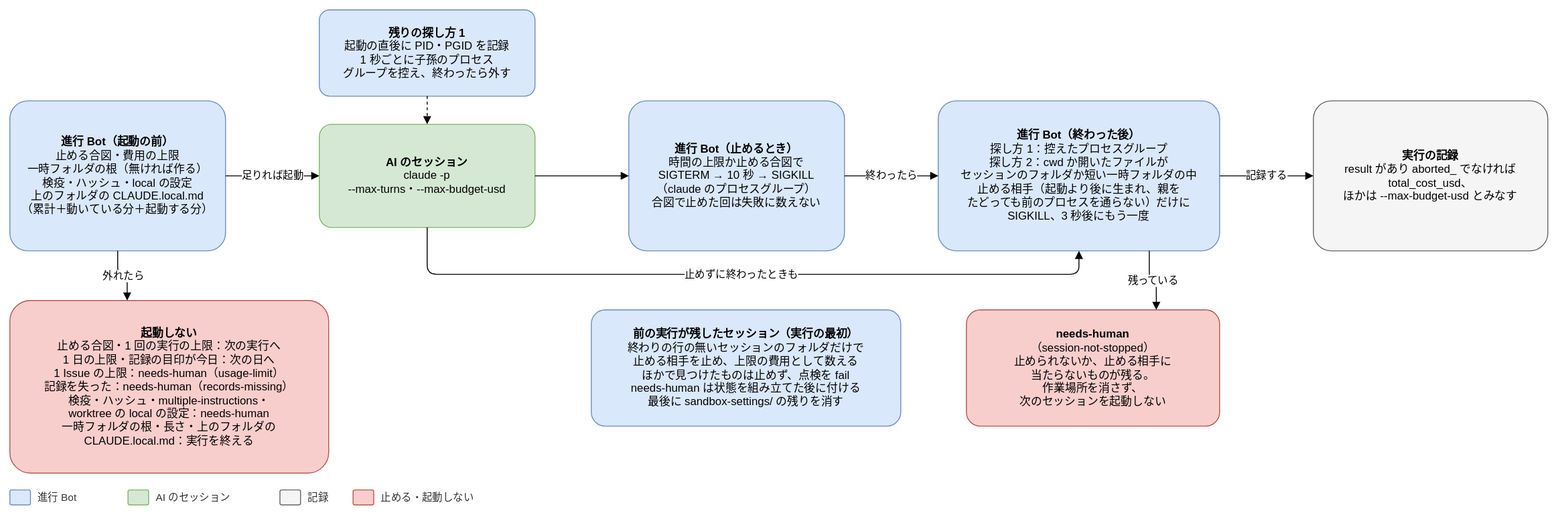
Joymerrevent/dev-autopilot keeps this draw.io diagram as docs/design/basic/diagrams/03-stop-and-usage.drawio.svg. Above is the earlier version. Source tidied: cells renumbered, new cells last; positions are measured from the earlier drawing's top-left corner, leaving out a move shared by most shapes.
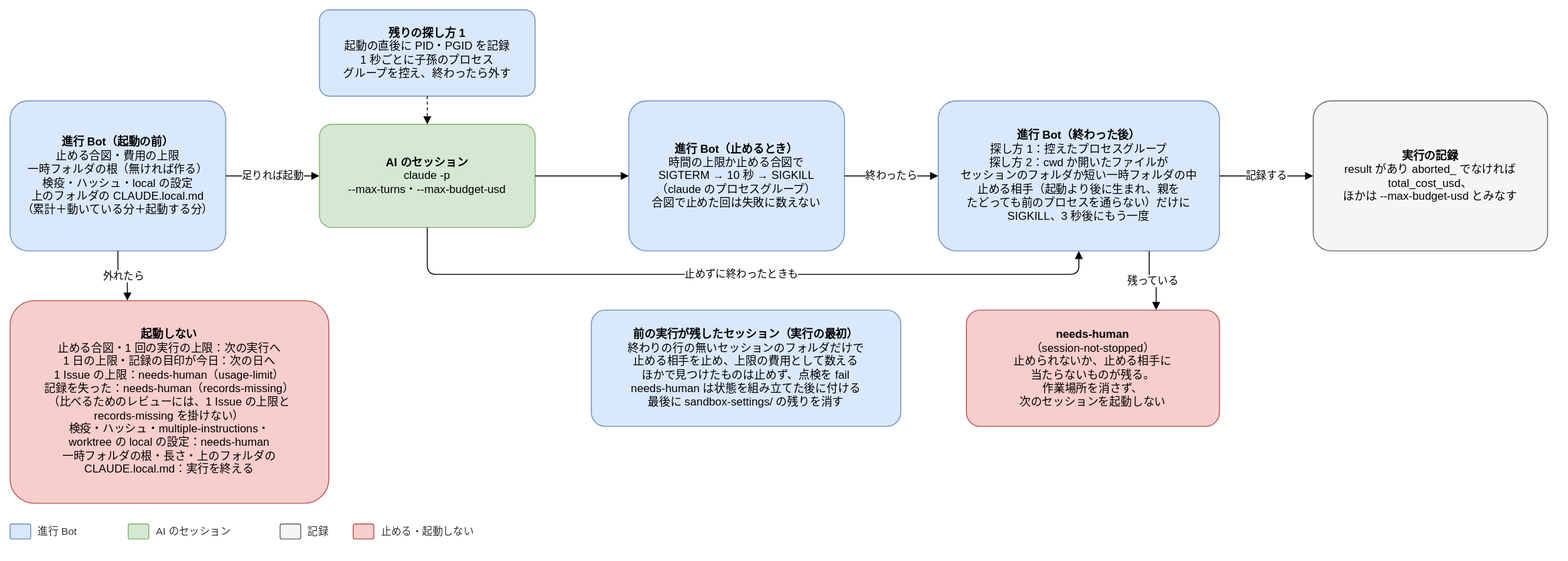
After the change.

Change to the diagram source:
```diff
@@ -49,35 +49,35 @@
     <mxCell id="15" value="残っている" style="edgeStyle=orthogonalEdgeStyle;rounded=1;html=1;endArrow=block;endFill=1;fontSize=11;labelBackgroundColor=#ffffff;exitX=0.75;exitY=1;exitDx=0;exitDy=0;entryX=0.75;entryY=0;entryDx=0;entryDy=0;" parent="1" edge="1" source="9" target="14">
       <mxGeometry relative="1" as="geometry" />
     </mxCell>
-    <mxCell id="16" value="&lt;b&gt;起動しない&lt;/b&gt;&lt;br&gt;止める合図・1 回の実行の上限：次の実行へ&lt;br&gt;1 日の上限・記録の目印が今日：次の日へ&lt;br&gt;1 Issue の上限：needs-human（usage-limit）&lt;br&gt;記録を失った：needs-human（records-missing）&lt;br&gt;検疫・ハッシュ・multiple-instructions・&lt;br&gt;worktree の local の設定：needs-human&lt;br&gt;一時フォルダの根・長さ・上のフォルダの&lt;br&gt;CLAUDE.local.md：実行を終える" style="rounded=1;whiteSpace=wrap;html=1;fontSize=12;arcSize=12;spacing=12;fillColor=#f8cecc;strokeColor=#b85450;" parent="1" vertex="1">
-      <mxGeometry y="310" width="340" height="184" as="geometry" />
+    <mxCell id="16" value="&lt;b&gt;起動しない&lt;/b&gt;&lt;br&gt;止める合図・1 回の実行の上限：次の実行へ&lt;br&gt;1 日の上限・記録の目印が今日：次の日へ&lt;br&gt;1 Issue の上限：needs-human（usage-limit）&lt;br&gt;記録を失った：needs-human（records-missing）&lt;br&gt;（比べるためのレビューには、1 Issue の上限と&lt;br&gt;records-missing を掛けない）&lt;br&gt;検疫・ハッシュ・multiple-instructions・&lt;br&gt;worktree の local の設定：needs-human&lt;br&gt;一時フォルダの根・長さ・上のフォルダの&lt;br&gt;CLAUDE.local.md：実行を終える" style="rounded=1;whiteSpace=wrap;html=1;fontSize=12;arcSize=12;spacing=12;fillColor=#f8cecc;strokeColor=#b85450;" parent="1" vertex="1">
+      <mxGeometry y="310" width="340" height="216" as="geometry" />
     </mxCell>
     <mxCell id="17" value="外れたら" style="edgeStyle=orthogonalEdgeStyle;rounded=1;html=1;endArrow=block;endFill=1;fontSize=11;labelBackgroundColor=#ffffff;exitX=0.5;exitY=1;exitDx=0;exitDy=0;entryX=0.368;entryY=0;entryDx=0;entryDy=0;" parent="1" edge="1" source="2" target="16">
       <mxGeometry relative="1" as="geometry" />
     </mxCell>
     <mxCell id="18" style="rounded=1;whiteSpace=wrap;html=1;fontSize=12;arcSize=12;spacing=12;fillColor=#dae8fc;strokeColor=#6c8ebf;" parent="1" vertex="1">
-      <mxGeometry y="512" width="22" height="16" as="geometry" />
+      <mxGeometry y="548" width="22" height="16" as="geometry" />
     </mxCell>
     <mxCell id="19" value="進行 Bot" style="text;html=1;align=left;verticalAlign=middle;fontSize=11;fontColor=#333333;" parent="1" vertex="1">
-      <mxGeometry x="28" y="510" width="82" height="20" as="geometry" />
+      <mxGeometry x="28" y="546" width="82" height="20" as="geometry" />
     </mxCell>
     <mxCell id="20" style="rounded=1;whiteSpace=wrap;html=1;fontSize=12;arcSize=12;spacing=12;fillColor=#d5e8d4;strokeColor=#82b366;" parent="1" vertex="1">
-      <mxGeometry x="126" y="512" width="22" height="16" as="geometry" />
+      <mxGeometry x="126" y="548" width="22" height="16" as="geometry" />
     </mxCell>
     <mxCell id="21" value="AI のセッション" style="text;html=1;align=left;verticalAlign=middle;fontSize=11;fontColor=#333333;" parent="1" vertex="1">
-      <mxGeometry x="154" y="510" width="118" height="20" as="geometry" />
+      <mxGeometry x="154" y="546" width="118" height="20" as="geometry" />
     </mxCell>
     <mxCell id="22" style="rounded=1;whiteSpace=wrap;html=1;fontSize=12;arcSize=12;spacing=12;fillColor=#f5f5f5;strokeColor=#666666;" parent="1" vertex="1">
-      <mxGeometry x="288" y="512" width="22" height="16" as="geometry" />
+      <mxGeometry x="288" y="548" width="22" height="16" as="geometry" />
     </mxCell>
     <mxCell id="23" value="記録" style="text;html=1;align=left;verticalAlign=middle;fontSize=11;fontColor=#333333;" parent="1" vertex="1">
-      <mxGeometry x="316" y="510" width="34" height="20" as="geometry" />
+      <mxGeometry x="316" y="546" width="34" height="20" as="geometry" />
     </mxCell>
     <mxCell id="24" style="rounded=1;whiteSpace=wrap;html=1;fontSize=12;arcSize=12;spacing=12;fillColor=#f8cecc;strokeColor=#b85450;" parent="1" vertex="1">
-      <mxGeometry x="366" y="512" width="22" height="16" as="geometry" />
+      <mxGeometry x="366" y="548" width="22" height="16" as="geometry" />
     </mxCell>
     <mxCell id="25" value="止める・起動しない" style="text;html=1;align=left;verticalAlign=middle;fontSize=11;fontColor=#333333;" parent="1" vertex="1">
-      <mxGeometry x="394" y="510" width="118" height="20" as="geometry" />
+      <mxGeometry x="394" y="546" width="118" height="20" as="geometry" />
     </mxCell>
     <mxCell id="26" value="&lt;b&gt;前の実行が残したセッション（実行の最初）&lt;/b&gt;&lt;br&gt;終わりの行の無いセッションのフォルダだけで&lt;br&gt;止める相手を止め、上限の費用として数える&lt;br&gt;ほかで見つけたものは止めず、点検を fail&lt;br&gt;needs-human は状態を組み立てた後に付ける&lt;br&gt;最後に sandbox-settings/ の残りを消す" style="rounded=1;whiteSpace=wrap;html=1;fontSize=12;arcSize=12;spacing=12;fillColor=#dae8fc;strokeColor=#6c8ebf;" parent="1" vertex="1">
       <mxGeometry x="620" y="320" width="330" height="124" as="geometry" />
```
